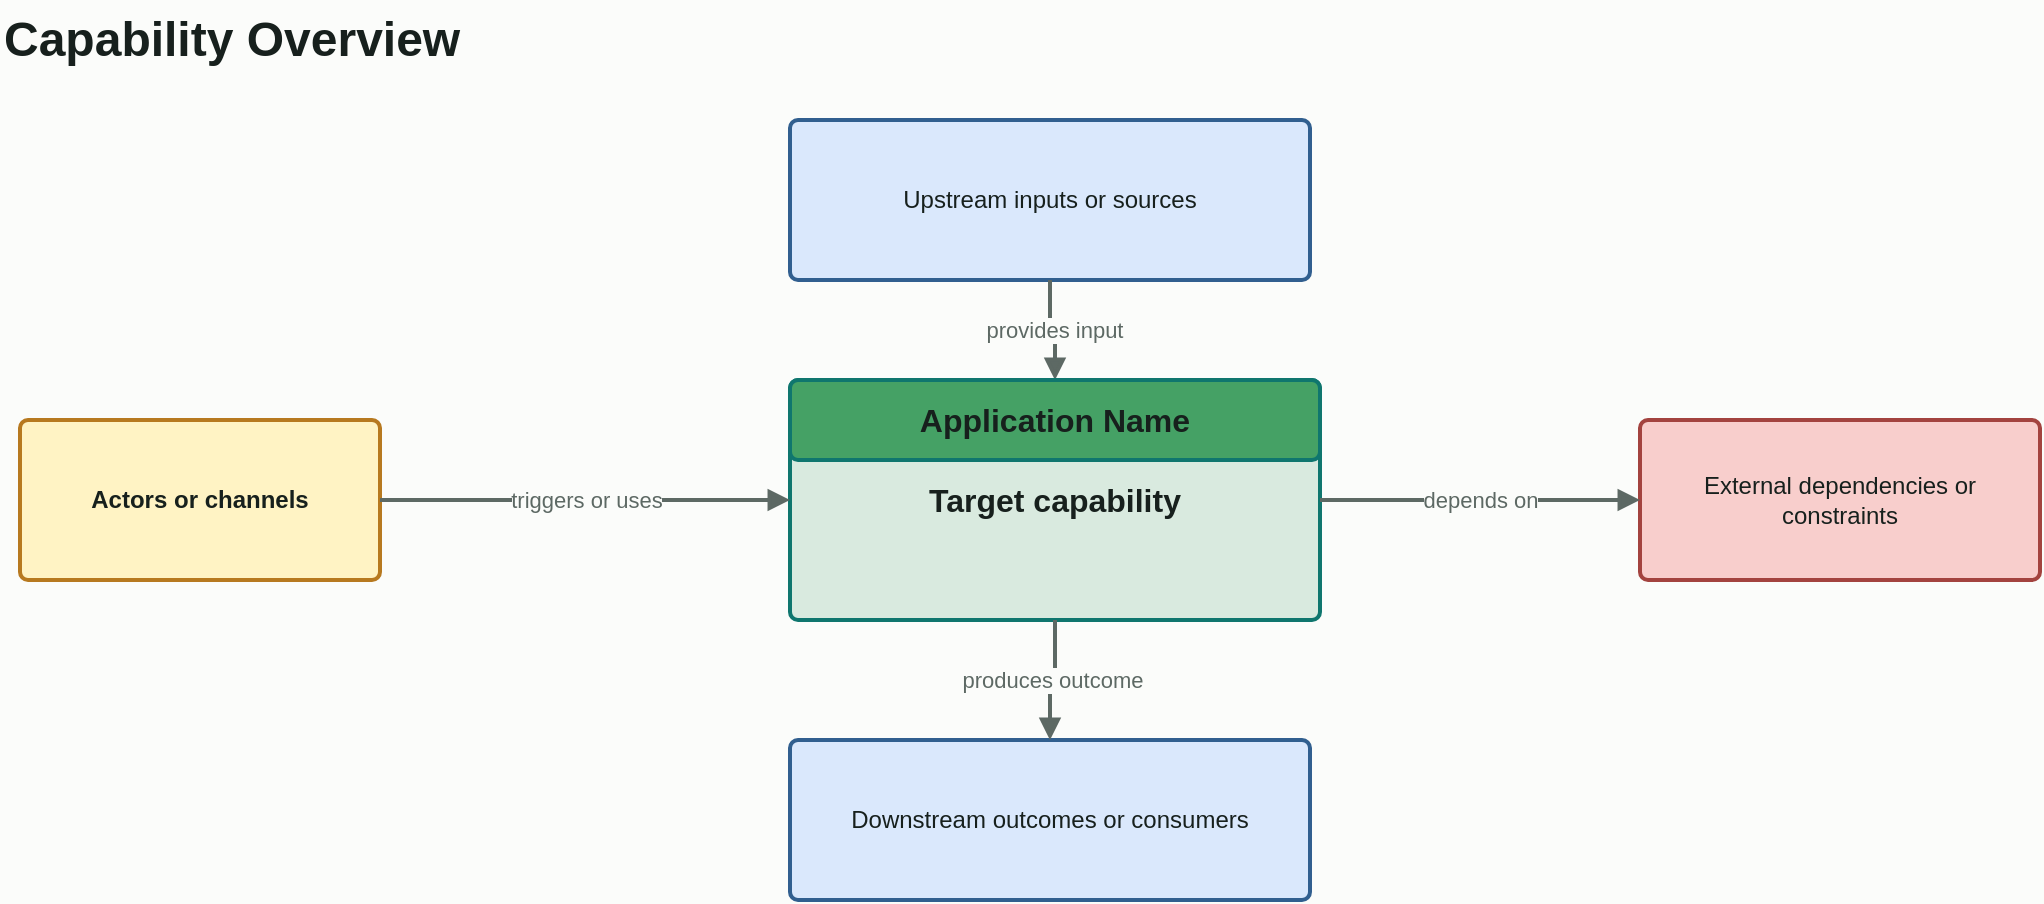
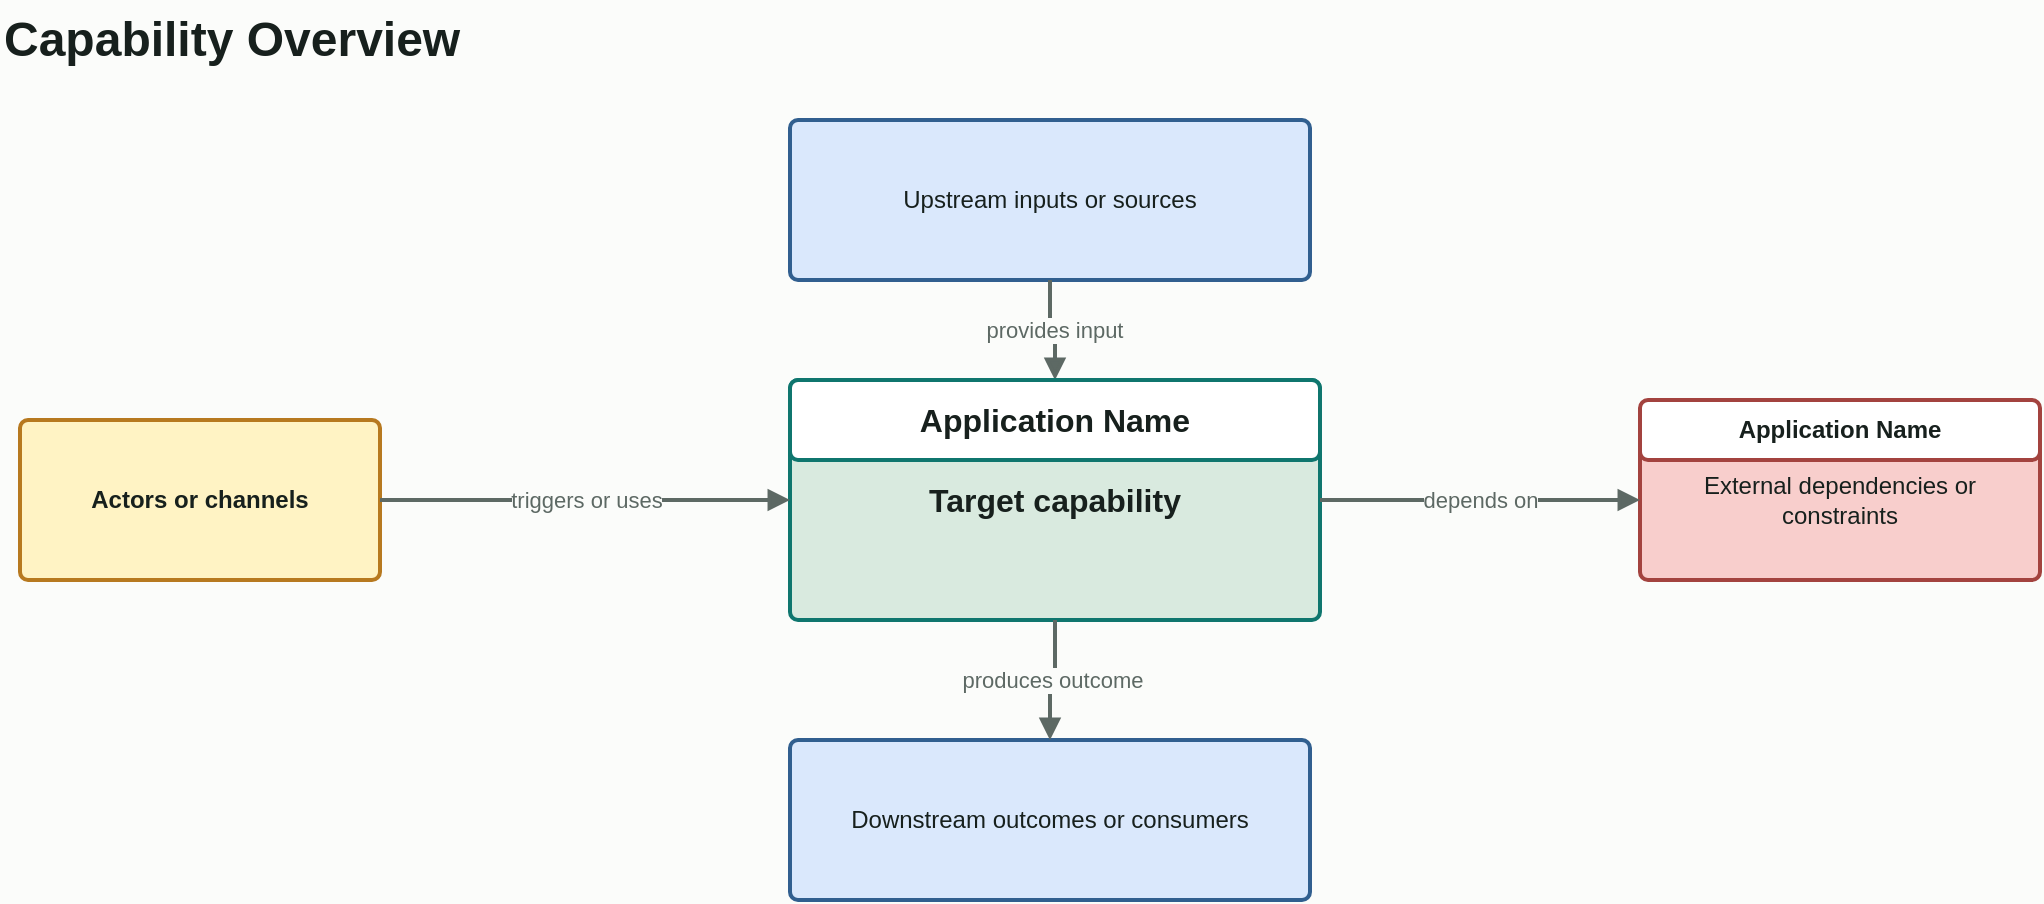
<mxfile host="Electron" agent="AI Architecture Toolkit">
  <diagram id="capability-context" name="Capability Context">
    <mxGraphModel dx="1006" dy="748" grid="1" gridSize="10" guides="1" tooltips="1" connect="1" arrows="1" fold="1" page="1" pageScale="1" pageWidth="1169" pageHeight="827" background="#fbfcfa" math="0" shadow="0">
      <root>
        <mxCell id="0" />
        <mxCell id="1" parent="0" />
        <mxCell id="title" parent="1" style="text;html=1;strokeColor=none;fillColor=none;align=left;verticalAlign=middle;fontStyle=1;fontSize=24;fontColor=#17201d;" value="Capability Overview" vertex="1">
          <mxGeometry height="40" width="420" x="60" y="40" as="geometry" />
        </mxCell>
        <mxCell id="actor" parent="1" style="rounded=1;whiteSpace=wrap;html=1;arcSize=8;absoluteArcSize=1;spacing=12;fillColor=#fff3c4;strokeColor=#b7791f;fontColor=#17201d;fontStyle=1;strokeWidth=2;" value="Actors or channels" vertex="1">
          <mxGeometry height="80" width="180" x="70" y="250" as="geometry" />
        </mxCell>
        <mxCell id="capability" parent="1" style="rounded=1;whiteSpace=wrap;html=1;arcSize=8;absoluteArcSize=1;spacing=12;fillColor=#d9eadf;strokeColor=#0f766e;fontColor=#17201d;fontStyle=1;fontSize=16;strokeWidth=2;" value="Target capability" vertex="1">
          <mxGeometry height="120" width="265" x="455" y="230" as="geometry" />
        </mxCell>
        <mxCell id="upstream" parent="1" style="rounded=1;whiteSpace=wrap;html=1;arcSize=8;absoluteArcSize=1;spacing=12;fillColor=#dae8fc;strokeColor=#315f8f;fontColor=#17201d;strokeWidth=2;" value="Upstream inputs or sources" vertex="1">
          <mxGeometry height="80" width="260" x="455" y="100" as="geometry" />
        </mxCell>
        <mxCell id="downstream" parent="1" style="rounded=1;whiteSpace=wrap;html=1;arcSize=8;absoluteArcSize=1;spacing=12;fillColor=#dae8fc;strokeColor=#315f8f;fontColor=#17201d;strokeWidth=2;" value="Downstream outcomes or consumers" vertex="1">
          <mxGeometry height="80" width="260" x="455" y="410" as="geometry" />
        </mxCell>
        <mxCell id="external" parent="1" style="rounded=1;whiteSpace=wrap;html=1;arcSize=8;absoluteArcSize=1;spacing=12;fillColor=#f8cecc;strokeColor=#a3433f;fontColor=#17201d;strokeWidth=2;" value="External dependencies or constraints" vertex="1">
          <mxGeometry height="80" width="200" x="880" y="250" as="geometry" />
        </mxCell>
        <mxCell id="edge-actor-capability" edge="1" parent="1" source="actor" style="edgeStyle=orthogonalEdgeStyle;rounded=0;orthogonalLoop=1;jettySize=auto;html=1;endArrow=block;strokeColor=#5d6964;fontColor=#5d6964;labelBackgroundColor=#fbfcfa;labelBorderColor=none;strokeWidth=2;" target="capability" value="triggers or uses">
          <mxGeometry relative="1" as="geometry" />
        </mxCell>
        <mxCell id="edge-upstream-capability" edge="1" parent="1" source="upstream" style="edgeStyle=orthogonalEdgeStyle;rounded=0;orthogonalLoop=1;jettySize=auto;html=1;endArrow=block;strokeColor=#5d6964;fontColor=#5d6964;labelBackgroundColor=#fbfcfa;labelBorderColor=none;strokeWidth=2;" target="capability" value="provides input">
          <mxGeometry relative="1" as="geometry" />
        </mxCell>
        <mxCell id="edge-capability-downstream" edge="1" parent="1" source="capability" style="edgeStyle=orthogonalEdgeStyle;rounded=0;orthogonalLoop=1;jettySize=auto;html=1;endArrow=block;strokeColor=#5d6964;fontColor=#5d6964;labelBackgroundColor=#fbfcfa;labelBorderColor=none;strokeWidth=2;" target="downstream" value="produces outcome">
          <mxGeometry relative="1" as="geometry" />
        </mxCell>
        <mxCell id="edge-capability-external" edge="1" parent="1" source="capability" style="edgeStyle=orthogonalEdgeStyle;rounded=0;orthogonalLoop=1;jettySize=auto;html=1;endArrow=block;strokeColor=#5d6964;fontColor=#5d6964;labelBackgroundColor=#fbfcfa;labelBorderColor=none;strokeWidth=2;" target="external" value="depends on">
          <mxGeometry relative="1" as="geometry" />
        </mxCell>
-         <mxCell id="wtTJ4m9Lci7Y-lzfFHPa-1" parent="1" style="rounded=1;whiteSpace=wrap;html=1;strokeColor=#0f766e;strokeWidth=2;align=center;verticalAlign=middle;spacing=12;arcSize=8;absoluteArcSize=1;fontFamily=Helvetica;fontSize=16;fontColor=#17201d;fontStyle=1;fillColor=light-dark(#45a165, #1d2c23);" value="Application Name" vertex="1">
+         <mxCell id="wtTJ4m9Lci7Y-lzfFHPa-1" parent="1" style="rounded=1;whiteSpace=wrap;html=1;strokeColor=#0f766e;strokeWidth=2;align=center;verticalAlign=middle;spacing=12;arcSize=8;absoluteArcSize=1;fontFamily=Helvetica;fontSize=16;fontColor=#17201d;fontStyle=1;fillColor=#ffffff;" value="Application Name" vertex="1">
          <mxGeometry height="40" width="265" x="455" y="230" as="geometry" />
+         </mxCell>
+         <mxCell id="hzigCzCzZuQ-4PxgagW3-1" parent="1" style="rounded=1;whiteSpace=wrap;html=1;arcSize=8;absoluteArcSize=1;spacing=12;fillColor=#ffffff;strokeColor=#a3433f;fontColor=#17201d;fontStyle=1;strokeWidth=2;" value="Application Name" vertex="1">
+           <mxGeometry height="30" width="200" x="880" y="240" as="geometry" />
        </mxCell>
      </root>
    </mxGraphModel>
  </diagram>
</mxfile>
